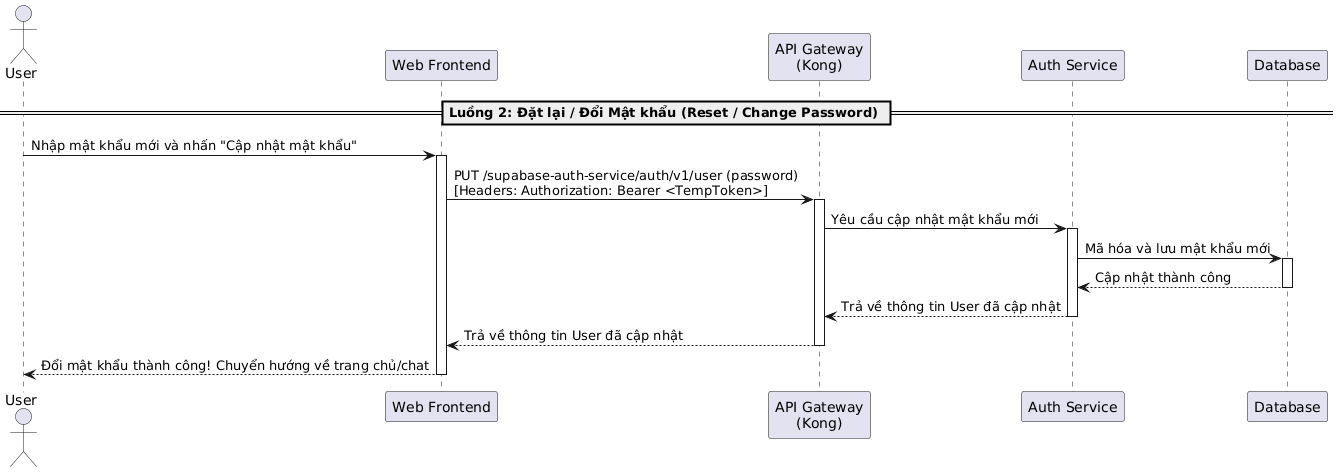
Earlier version of the PlantUML export temp/05-sequence/UML-Sequence-14.png (20206205Tech/docs-uml).
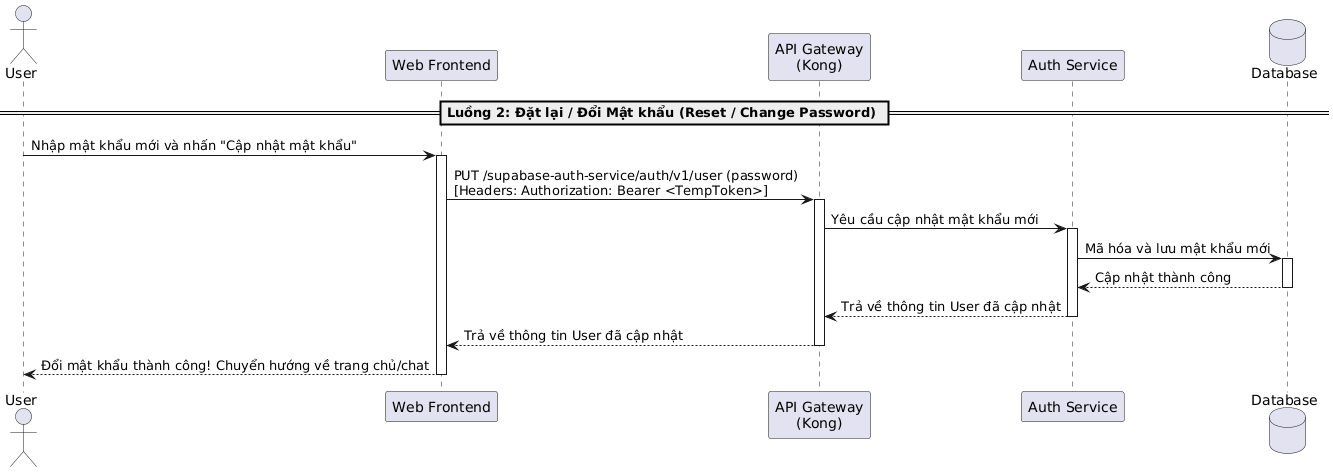
Above is the later version.

Diff of the diagram source:
```diff
@@ -3,7 +3,7 @@
 participant "Web Frontend" as Frontend
 participant "API Gateway\n(Kong)" as Kong
 participant "Auth Service" as AuthService
-participant "Database" as DB
+database "Database" as DB
 
 == Luồng 2: Đặt lại / Đổi Mật khẩu (Reset / Change Password) ==
 User -> Frontend: Nhập mật khẩu mới và nhấn "Cập nhật mật khẩu"
```
